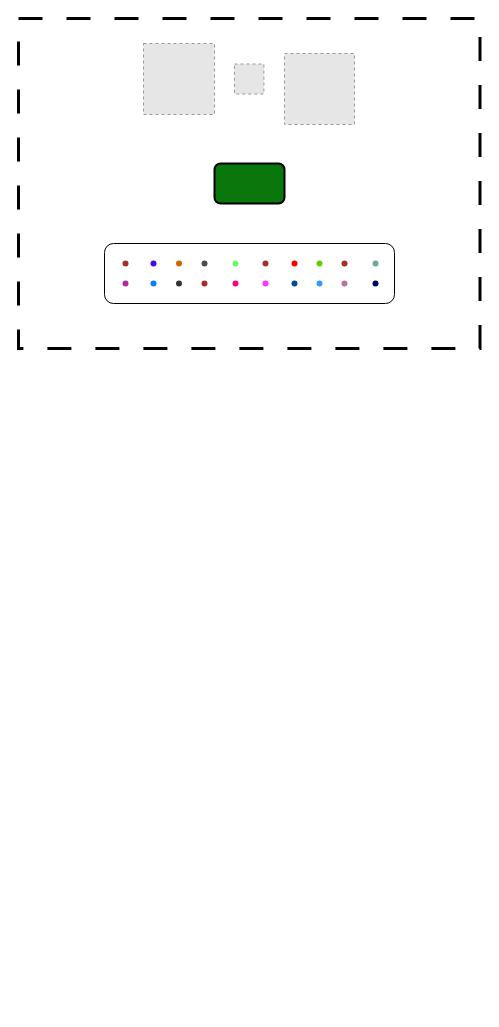
ravindra2859/Figure_Poster keeps this draw.io diagram as vit_presentation.drawio. Above is the earlier version. Source tidied: cells renumbered, new cells numbered last; positions are measured from the earlier drawing's top-left corner, leaving out a move shared by most shapes. Both pictures are drawn from the tidied source at 100%, with x=0, y=0 at pixel (18, 18). Pictures stored in the file or linked from it are replaced by grey dashed boxes.
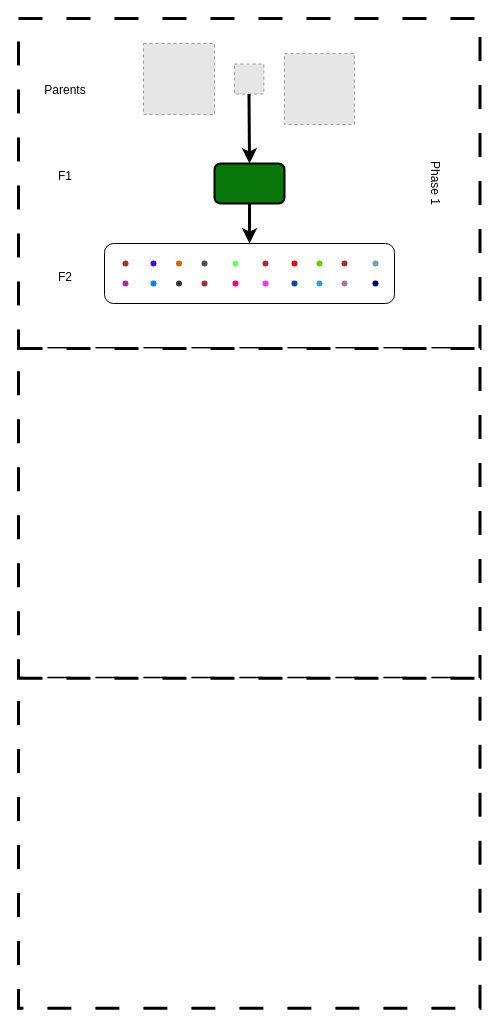
The same diagram, later.

Unchanged cells that the change refers to:
```xml
<mxCell id="8" style="rounded=1;whiteSpace=wrap;html=1;fillColor=#09770b;strokeWidth=2;" parent="1" vertex="1">
  <mxGeometry x="196" y="145" width="70" height="40" as="geometry" />
</mxCell>
```

Diff of the diagram source:
```diff
@@
+    <mxCell id="28" style="endArrow=classic;html=1;rounded=0;strokeWidth=3;" parent="1" edge="1">
+      <mxGeometry relative="1" as="geometry">
+        <mxPoint x="231" y="185" as="sourcePoint" />
+        <mxPoint x="231" y="225" as="targetPoint" />
+      </mxGeometry>
+    </mxCell>
+    <mxCell id="29" value="Phase 1" style="text;html=1;strokeColor=none;fillColor=none;align=center;verticalAlign=middle;whiteSpace=wrap;rounded=0;rotation=90;" parent="1" vertex="1">
+      <mxGeometry x="387" y="150" width="60" height="30" as="geometry" />
+    </mxCell>
+    <mxCell id="30" value="Parents&lt;br&gt;&lt;br&gt;&lt;br&gt;&lt;br&gt;&lt;br&gt;&lt;br&gt;F1&lt;br&gt;&lt;br&gt;&lt;br&gt;&lt;br&gt;&lt;br&gt;&lt;br&gt;&lt;br&gt;F2" style="text;html=1;strokeColor=none;fillColor=none;align=center;verticalAlign=middle;whiteSpace=wrap;rounded=0;" parent="1" vertex="1">
+      <mxGeometry x="17" y="55" width="60" height="220" as="geometry" />
+    </mxCell>
+    <mxCell id="31" style="endArrow=classic;html=1;rounded=0;strokeWidth=3;entryX=0.5;entryY=0;entryDx=0;entryDy=0;" parent="1" edge="1" target="8">
+      <mxGeometry relative="1" as="geometry">
+        <mxPoint x="230.5" y="75.5" as="sourcePoint" />
+      </mxGeometry>
+    </mxCell>
+    <mxCell id="32" style="rounded=0;whiteSpace=wrap;html=1;dashed=1;dashPattern=8 8;strokeWidth=3;" parent="1" vertex="1">
+      <mxGeometry y="329.9" width="461.5" height="329.9" as="geometry" />
+    </mxCell>
+    <mxCell id="33" style="rounded=0;whiteSpace=wrap;html=1;dashed=1;dashPattern=8 8;strokeWidth=3;" parent="1" vertex="1">
+      <mxGeometry y="659.8" width="461.5" height="329.9" as="geometry" />
+    </mxCell>
```
